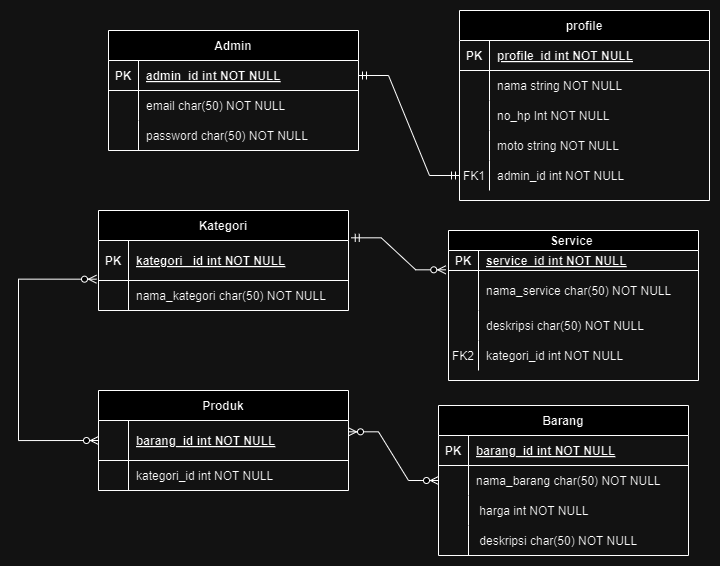
Above: public/assets/images/erd apotik.drawio.png in koplakzs/online-apotek (draw.io), before the change. Source tidied: cells renumbered, new cells last; positions are measured from the earlier drawing's top-left corner, leaving out a move shared by most shapes.
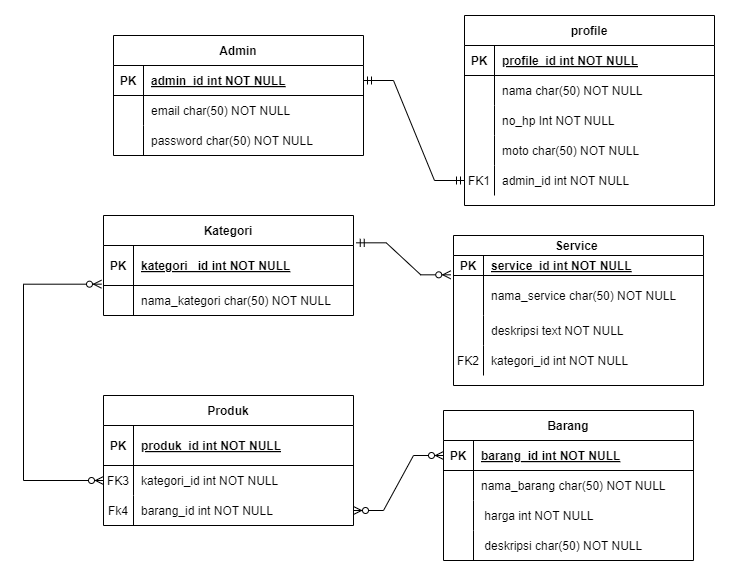
Above is the later version.

The edit, as a diff of the source:
```diff
@@ -2,10 +2,10 @@
   <root>
     <mxCell id="0" />
     <mxCell id="1" parent="0" />
-    <mxCell id="2" style="edgeStyle=orthogonalEdgeStyle;fontSize=12;html=1;endArrow=ERzeroToMany;endFill=1;startArrow=ERzeroToMany;rounded=0;exitX=0;exitY=0.5;exitDx=0;exitDy=0;entryX=-0.008;entryY=-0.044;entryDx=0;entryDy=0;entryPerimeter=0;" parent="1" edge="1" source="50" target="46">
+    <mxCell id="2" style="edgeStyle=orthogonalEdgeStyle;fontSize=12;html=1;endArrow=ERzeroToMany;endFill=1;startArrow=ERzeroToMany;rounded=0;exitX=0;exitY=0.5;exitDx=0;exitDy=0;entryX=-0.008;entryY=-0.044;entryDx=0;entryDy=0;entryPerimeter=0;" parent="1" edge="1" source="72" target="46">
       <mxGeometry relative="1" as="geometry">
         <Array as="points">
-          <mxPoint y="430" />
+          <mxPoint y="465" />
           <mxPoint y="269" />
         </Array>
       </mxGeometry>
@@ -28,7 +28,7 @@
     <mxCell id="8" style="shape=partialRectangle;overflow=hidden;fillColor=none;top=0;left=0;bottom=0;right=0;" parent="7" vertex="1">
       <mxGeometry width="30" height="30" as="geometry" />
     </mxCell>
-    <mxCell id="9" value="nama string NOT NULL" style="shape=partialRectangle;overflow=hidden;fillColor=none;top=0;left=0;bottom=0;right=0;align=left;spacingLeft=6;" parent="7" vertex="1">
+    <mxCell id="9" value="nama char(50) NOT NULL" style="shape=partialRectangle;overflow=hidden;fillColor=none;top=0;left=0;bottom=0;right=0;align=left;spacingLeft=6;" parent="7" vertex="1">
       <mxGeometry x="30" width="220" height="30" as="geometry" />
     </mxCell>
     <mxCell id="10" style="shape=partialRectangle;fillColor=none;top=0;left=0;right=0;bottom=0;" parent="3" vertex="1">
@@ -46,7 +46,7 @@
     <mxCell id="14" style="shape=partialRectangle;overflow=hidden;fillColor=none;top=0;left=0;bottom=0;right=0;" parent="13" vertex="1">
       <mxGeometry width="30" height="30" as="geometry" />
     </mxCell>
-    <mxCell id="15" value="moto string NOT NULL" style="shape=partialRectangle;overflow=hidden;fillColor=none;top=0;left=0;bottom=0;right=0;align=left;spacingLeft=6;" parent="13" vertex="1">
+    <mxCell id="15" value="moto char(50) NOT NULL" style="shape=partialRectangle;overflow=hidden;fillColor=none;top=0;left=0;bottom=0;right=0;align=left;spacingLeft=6;" parent="13" vertex="1">
       <mxGeometry x="30" width="220" height="30" as="geometry" />
     </mxCell>
     <mxCell id="16" style="shape=partialRectangle;fillColor=none;points=[[0,0.5],[1,0.5]];portConstraint=eastwest;top=0;left=0;right=0;bottom=0;" parent="3" vertex="1">
@@ -149,24 +149,33 @@
       <mxGeometry x="30" width="220" height="30" as="geometry" />
     </mxCell>
     <mxCell id="49" value="Produk" style="shape=table;startSize=30;rowLines=0;fontStyle=1;align=center;" parent="1" vertex="1">
-      <mxGeometry x="80" y="380" width="250" height="100" as="geometry" />
+      <mxGeometry x="80" y="380" width="250" height="130" as="geometry" />
     </mxCell>
     <mxCell id="50" style="shape=partialRectangle;fillColor=none;points=[[0,0.5],[1,0.5]];portConstraint=eastwest;top=0;left=0;right=0;bottom=1;" parent="49" vertex="1">
       <mxGeometry y="30" width="250" height="40" as="geometry" />
     </mxCell>
-    <mxCell id="51" style="shape=partialRectangle;overflow=hidden;fillColor=none;top=0;left=0;bottom=0;right=0;fontStyle=1;" parent="50" vertex="1">
+    <mxCell id="51" value="PK" style="shape=partialRectangle;overflow=hidden;fillColor=none;top=0;left=0;bottom=0;right=0;fontStyle=1;" parent="50" vertex="1">
       <mxGeometry width="30" height="40" as="geometry" />
     </mxCell>
-    <mxCell id="52" value="barang_id int NOT NULL " style="shape=partialRectangle;overflow=hidden;fillColor=none;top=0;left=0;bottom=0;right=0;align=left;spacingLeft=6;fontStyle=5;" parent="50" vertex="1">
+    <mxCell id="52" value="produk_id int NOT NULL" style="shape=partialRectangle;overflow=hidden;fillColor=none;top=0;left=0;bottom=0;right=0;align=left;spacingLeft=6;fontStyle=5;" parent="50" vertex="1">
       <mxGeometry x="30" width="220" height="40" as="geometry" />
     </mxCell>
+    <mxCell id="72" style="shape=partialRectangle;fillColor=none;points=[[0,0.5],[1,0.5]];portConstraint=eastwest;top=0;left=0;right=0;bottom=0;" parent="49" vertex="1">
+      <mxGeometry y="70" width="250" height="30" as="geometry" />
+    </mxCell>
+    <mxCell id="73" value="FK3" style="shape=partialRectangle;overflow=hidden;fillColor=none;top=0;left=0;bottom=0;right=0;" parent="72" vertex="1">
+      <mxGeometry width="30" height="30" as="geometry" />
+    </mxCell>
+    <mxCell id="74" value="kategori_id int NOT NULL" style="shape=partialRectangle;overflow=hidden;fillColor=none;top=0;left=0;bottom=0;right=0;align=left;spacingLeft=6;" parent="72" vertex="1">
+      <mxGeometry x="30" width="220" height="30" as="geometry" />
+    </mxCell>
     <mxCell id="53" style="shape=partialRectangle;fillColor=none;points=[[0,0.5],[1,0.5]];portConstraint=eastwest;top=0;left=0;right=0;bottom=0;" parent="49" vertex="1">
-      <mxGeometry y="70" width="250" height="30" as="geometry" />
+      <mxGeometry y="100" width="250" height="30" as="geometry" />
     </mxCell>
-    <mxCell id="54" style="shape=partialRectangle;overflow=hidden;fillColor=none;top=0;left=0;bottom=0;right=0;" parent="53" vertex="1">
+    <mxCell id="54" value="Fk4" style="shape=partialRectangle;overflow=hidden;fillColor=none;top=0;left=0;bottom=0;right=0;" parent="53" vertex="1">
       <mxGeometry width="30" height="30" as="geometry" />
     </mxCell>
-    <mxCell id="55" value="kategori_id int NOT NULL" style="shape=partialRectangle;overflow=hidden;fillColor=none;top=0;left=0;bottom=0;right=0;align=left;spacingLeft=6;" parent="53" vertex="1">
+    <mxCell id="55" value="barang_id int NOT NULL" style="shape=partialRectangle;overflow=hidden;fillColor=none;top=0;left=0;bottom=0;right=0;align=left;spacingLeft=6;fontStyle=0;" parent="53" vertex="1">
       <mxGeometry x="30" width="220" height="30" as="geometry" />
     </mxCell>
     <mxCell id="56" value="Service " style="shape=table;startSize=20;rowLines=0;fontStyle=1;align=center;" parent="1" vertex="1">
@@ -196,7 +205,7 @@
     <mxCell id="64" style="shape=partialRectangle;overflow=hidden;fillColor=none;top=0;left=0;bottom=0;right=0;" parent="63" vertex="1">
       <mxGeometry width="30" height="30" as="geometry" />
     </mxCell>
-    <mxCell id="65" value="deskripsi char(50) NOT NULL" style="shape=partialRectangle;overflow=hidden;fillColor=none;top=0;left=0;bottom=0;right=0;align=left;spacingLeft=6;" parent="63" vertex="1">
+    <mxCell id="65" value="deskripsi text NOT NULL" style="shape=partialRectangle;overflow=hidden;fillColor=none;top=0;left=0;bottom=0;right=0;align=left;spacingLeft=6;" parent="63" vertex="1">
       <mxGeometry x="30" width="220" height="30" as="geometry" />
     </mxCell>
     <mxCell id="66" style="shape=partialRectangle;fillColor=none;top=0;left=0;right=0;bottom=0;" parent="56" vertex="1">
@@ -211,7 +220,7 @@
     <mxCell id="69" style="edgeStyle=entityRelationEdgeStyle;fontSize=12;html=1;endArrow=ERmandOne;startArrow=ERmandOne;rounded=0;exitX=1;exitY=0.5;exitDx=0;exitDy=0;entryX=0;entryY=0.5;entryDx=0;entryDy=0;" parent="1" edge="1" source="33" target="16">
       <mxGeometry relative="1" as="geometry" />
     </mxCell>
-    <mxCell id="70" style="edgeStyle=entityRelationEdgeStyle;fontSize=12;html=1;endArrow=ERzeroToMany;endFill=1;startArrow=ERzeroToMany;rounded=0;exitX=1;exitY=0.283;exitDx=0;exitDy=0;exitPerimeter=0;entryX=0;entryY=0.5;entryDx=0;entryDy=0;" parent="1" edge="1" source="50" target="23">
+    <mxCell id="70" style="edgeStyle=entityRelationEdgeStyle;fontSize=12;html=1;endArrow=ERzeroToMany;endFill=1;startArrow=ERzeroToMany;rounded=0;entryX=0;entryY=0.5;entryDx=0;entryDy=0;" parent="1" edge="1" source="53" target="20">
       <mxGeometry relative="1" as="geometry">
         <Array as="points">
           <mxPoint x="230" y="320" />
```
